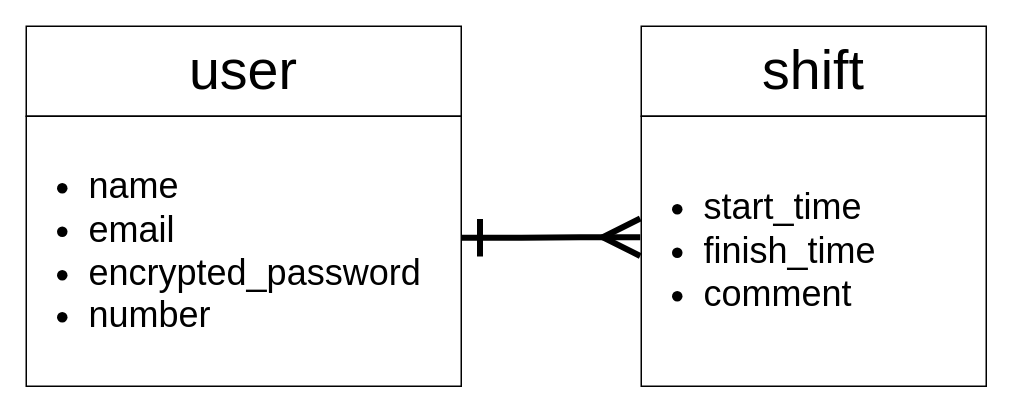
This is ER.dio from shuto012/shift-app, a draw.io file, before an edit. Source tidied: cells renumbered, new cells numbered last; positions are measured from the earlier drawing's top-left corner, leaving out a move shared by most shapes. Both pictures are drawn from the tidied source at 150%, with x=0, y=0 at pixel (26, 26).
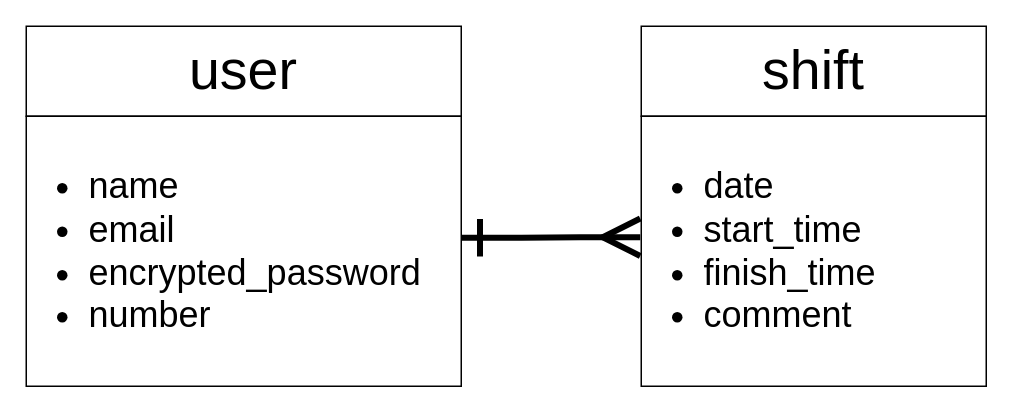
The same diagram, later.

Diff of the diagram source:
```diff
@@
 <mxGraphModel>
   <root>
     <mxCell id="0" />
     <mxCell id="1" parent="0" />
     <mxCell id="2" value="&lt;font style=&quot;font-size: 37px&quot;&gt;user&lt;/font&gt;" style="whiteSpace=wrap;html=1;" parent="1" vertex="1">
       <mxGeometry width="290" height="60" as="geometry" />
     </mxCell>
     <mxCell id="3" value="&lt;div&gt;&lt;ul&gt;&lt;li&gt;name&lt;/li&gt;&lt;li&gt;email&lt;/li&gt;&lt;li&gt;encrypted_password&lt;/li&gt;&lt;li&gt;number&lt;/li&gt;&lt;/ul&gt;&lt;/div&gt;" style="whiteSpace=wrap;html=1;fontSize=24;align=left;" parent="1" vertex="1">
       <mxGeometry y="60" width="290" height="180" as="geometry" />
     </mxCell>
     <mxCell id="4" value="shift" style="whiteSpace=wrap;html=1;fontSize=37;" parent="1" vertex="1">
       <mxGeometry x="410" width="230" height="60" as="geometry" />
     </mxCell>
-    <mxCell id="5" value="&lt;ul style=&quot;font-size: 24px&quot;&gt;&lt;li&gt;start_time&lt;/li&gt;&lt;li&gt;finish_time&lt;/li&gt;&lt;li&gt;comment&lt;/li&gt;&lt;/ul&gt;" style="whiteSpace=wrap;html=1;fontSize=37;align=left;" parent="1" vertex="1">
+    <mxCell id="5" value="&lt;ul style=&quot;font-size: 24px&quot;&gt;&lt;li&gt;date&lt;/li&gt;&lt;li&gt;start_time&lt;/li&gt;&lt;li&gt;finish_time&lt;/li&gt;&lt;li&gt;comment&lt;/li&gt;&lt;/ul&gt;" style="whiteSpace=wrap;html=1;fontSize=37;align=left;" parent="1" vertex="1">
       <mxGeometry x="410" y="60" width="230" height="180" as="geometry" />
     </mxCell>
     <mxCell id="6" style="edgeStyle=entityRelationEdgeStyle;fontSize=12;html=1;endArrow=ERmany;endFill=0;entryX=-0.003;entryY=0.448;entryDx=0;entryDy=0;entryPerimeter=0;endSize=20;startArrow=ERone;startFill=0;startSize=20;strokeWidth=4;" parent="1" edge="1" target="5">
       <mxGeometry relative="1" as="geometry">
         <mxPoint x="290" y="141" as="sourcePoint" />
       </mxGeometry>
     </mxCell>
   </root>
 </mxGraphModel>
```
